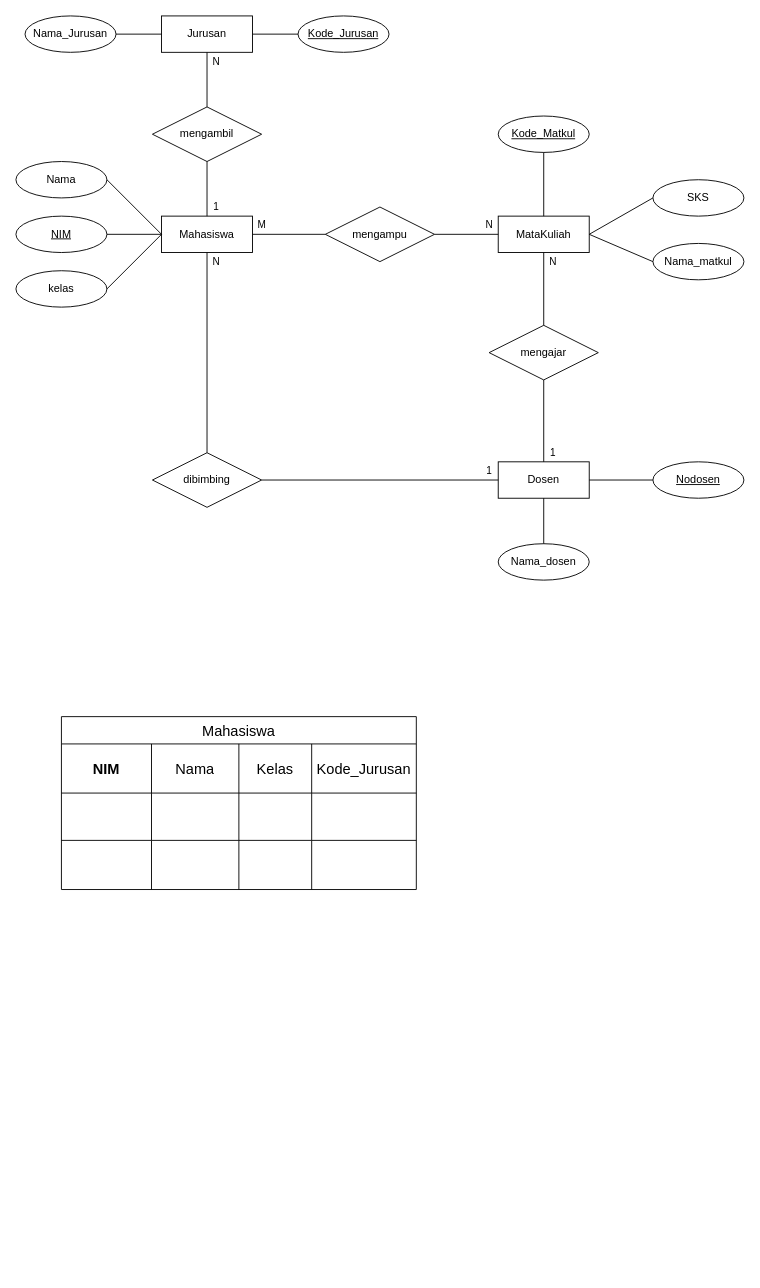
Above: tugas 3.drawio in zzarr/SC (draw.io), before the change. Source tidied: cells renumbered, new cells numbered last; positions are measured from the earlier drawing's top-left corner, leaving out a move shared by most shapes. Both pictures are drawn from the tidied source at 91%, with x=0, y=0 at pixel (15, 15).
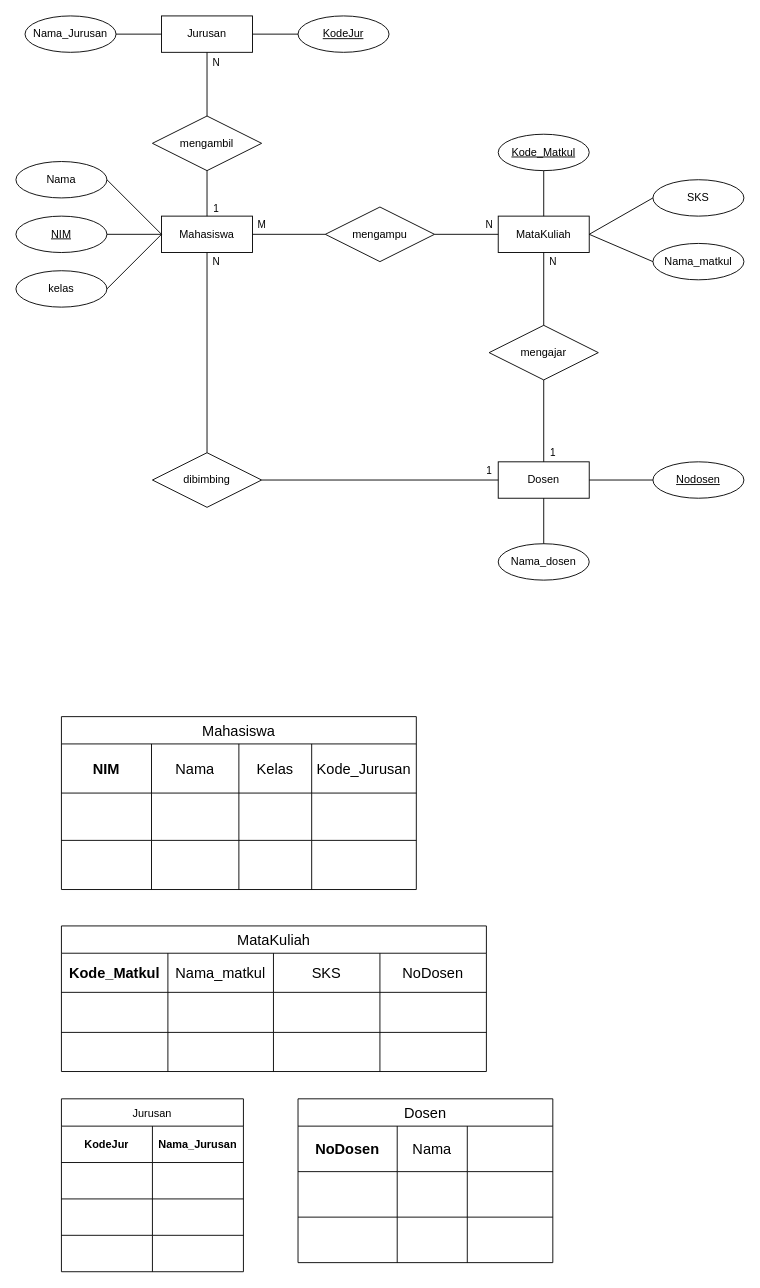
Above is the later version.

The edit, as a diff of the source:
```diff
@@
-    <mxCell id="5" value="Kode_Jurusan" style="ellipse;whiteSpace=wrap;html=1;align=center;fontStyle=4;" parent="1" vertex="1">
+    <mxCell id="5" value="KodeJur" style="ellipse;whiteSpace=wrap;html=1;align=center;fontStyle=4;" parent="1" vertex="1">
       <mxGeometry x="310" width="100" height="40" as="geometry" />
     </mxCell>
@@
     <mxCell id="10" value="mengambil" style="shape=rhombus;perimeter=rhombusPerimeter;whiteSpace=wrap;html=1;align=center;" parent="1" vertex="1">
-      <mxGeometry x="150" y="100" width="120" height="60" as="geometry" />
+      <mxGeometry x="150" y="110" width="120" height="60" as="geometry" />
     </mxCell>
     <mxCell id="11" value="Kode_Matkul" style="ellipse;whiteSpace=wrap;html=1;align=center;fontStyle=4;" parent="1" vertex="1">
-      <mxGeometry x="530" y="110" width="100" height="40" as="geometry" />
+      <mxGeometry x="530" y="130" width="100" height="40" as="geometry" />
     </mxCell>
@@
+    <mxCell id="52" value="MataKuliah" style="shape=table;startSize=30;childLayout=tableLayout;strokeColor=default;fontSize=16;" parent="1" vertex="1">
+      <mxGeometry x="50" y="1000" width="467" height="160" as="geometry" />
+    </mxCell>
+    <mxCell id="53" style="shape=tableRow;horizontal=0;startSize=0;swimlaneHead=0;swimlaneBody=0;strokeColor=inherit;top=0;left=0;bottom=0;right=0;fillColor=none;fontSize=16;" parent="52" vertex="1">
+      <mxGeometry y="30" width="467" height="43" as="geometry" />
+    </mxCell>
+    <mxCell id="54" value="&lt;b&gt;Kode_Matkul&lt;/b&gt;" style="shape=partialRectangle;html=1;whiteSpace=wrap;strokeColor=inherit;overflow=hidden;fillColor=none;top=0;left=0;bottom=0;right=0;fontSize=16;" parent="53" vertex="1">
+      <mxGeometry width="117" height="43" as="geometry" />
+    </mxCell>
+    <mxCell id="55" value="Nama_matkul" style="shape=partialRectangle;html=1;whiteSpace=wrap;strokeColor=inherit;overflow=hidden;fillColor=none;top=0;left=0;bottom=0;right=0;fontSize=16;" parent="53" vertex="1">
+      <mxGeometry x="117" width="116" height="43" as="geometry" />
+    </mxCell>
+    <mxCell id="56" value="SKS" style="shape=partialRectangle;html=1;whiteSpace=wrap;strokeColor=inherit;overflow=hidden;fillColor=none;top=0;left=0;bottom=0;right=0;fontSize=16;" parent="53" vertex="1">
+      <mxGeometry x="233" width="117" height="43" as="geometry" />
+    </mxCell>
+    <mxCell id="57" value="NoDosen" style="shape=partialRectangle;html=1;whiteSpace=wrap;strokeColor=inherit;overflow=hidden;fillColor=none;top=0;left=0;bottom=0;right=0;fontSize=16;" parent="53" vertex="1">
+      <mxGeometry x="350" width="117" height="43" as="geometry" />
+    </mxCell>
+    <mxCell id="58" style="shape=tableRow;horizontal=0;startSize=0;swimlaneHead=0;swimlaneBody=0;strokeColor=inherit;top=0;left=0;bottom=0;right=0;fillColor=none;fontSize=16;" parent="52" vertex="1">
+      <mxGeometry y="73" width="467" height="44" as="geometry" />
+    </mxCell>
+    <mxCell id="59" style="shape=partialRectangle;html=1;whiteSpace=wrap;strokeColor=inherit;overflow=hidden;fillColor=none;top=0;left=0;bottom=0;right=0;fontSize=16;" parent="58" vertex="1">
+      <mxGeometry width="117" height="44" as="geometry" />
+    </mxCell>
+    <mxCell id="60" style="shape=partialRectangle;html=1;whiteSpace=wrap;strokeColor=inherit;overflow=hidden;fillColor=none;top=0;left=0;bottom=0;right=0;fontSize=16;" parent="58" vertex="1">
+      <mxGeometry x="117" width="116" height="44" as="geometry" />
+    </mxCell>
+    <mxCell id="61" style="shape=partialRectangle;html=1;whiteSpace=wrap;strokeColor=inherit;overflow=hidden;fillColor=none;top=0;left=0;bottom=0;right=0;fontSize=16;" parent="58" vertex="1">
+      <mxGeometry x="233" width="117" height="44" as="geometry" />
+    </mxCell>
+    <mxCell id="62" style="shape=partialRectangle;html=1;whiteSpace=wrap;strokeColor=inherit;overflow=hidden;fillColor=none;top=0;left=0;bottom=0;right=0;fontSize=16;" parent="58" vertex="1">
+      <mxGeometry x="350" width="117" height="44" as="geometry" />
+    </mxCell>
+    <mxCell id="63" style="shape=tableRow;horizontal=0;startSize=0;swimlaneHead=0;swimlaneBody=0;strokeColor=inherit;top=0;left=0;bottom=0;right=0;fillColor=none;fontSize=16;" parent="52" vertex="1">
+      <mxGeometry y="117" width="467" height="43" as="geometry" />
+    </mxCell>
+    <mxCell id="64" style="shape=partialRectangle;html=1;whiteSpace=wrap;strokeColor=inherit;overflow=hidden;fillColor=none;top=0;left=0;bottom=0;right=0;fontSize=16;" parent="63" vertex="1">
+      <mxGeometry width="117" height="43" as="geometry" />
+    </mxCell>
+    <mxCell id="65" style="shape=partialRectangle;html=1;whiteSpace=wrap;strokeColor=inherit;overflow=hidden;fillColor=none;top=0;left=0;bottom=0;right=0;fontSize=16;" parent="63" vertex="1">
+      <mxGeometry x="117" width="116" height="43" as="geometry" />
+    </mxCell>
+    <mxCell id="66" style="shape=partialRectangle;html=1;whiteSpace=wrap;strokeColor=inherit;overflow=hidden;fillColor=none;top=0;left=0;bottom=0;right=0;fontSize=16;" parent="63" vertex="1">
+      <mxGeometry x="233" width="117" height="43" as="geometry" />
+    </mxCell>
+    <mxCell id="67" style="shape=partialRectangle;html=1;whiteSpace=wrap;strokeColor=inherit;overflow=hidden;fillColor=none;top=0;left=0;bottom=0;right=0;fontSize=16;" parent="63" vertex="1">
+      <mxGeometry x="350" width="117" height="43" as="geometry" />
+    </mxCell>
+    <mxCell id="68" value="Jurusan" style="shape=table;startSize=30;childLayout=tableLayout;" parent="1" vertex="1">
+      <mxGeometry x="50" y="1190" width="200" height="190" as="geometry" />
+    </mxCell>
+    <mxCell id="69" style="shape=tableRow;horizontal=0;startSize=0;swimlaneHead=0;swimlaneBody=0;strokeColor=inherit;top=0;left=0;bottom=0;right=0;fillColor=none;" parent="68" vertex="1">
+      <mxGeometry y="30" width="200" height="40" as="geometry" />
+    </mxCell>
+    <mxCell id="70" value="&lt;b&gt;KodeJur&lt;/b&gt;" style="shape=partialRectangle;html=1;whiteSpace=wrap;strokeColor=inherit;overflow=hidden;fillColor=none;top=0;left=0;bottom=0;right=0;" parent="69" vertex="1">
+      <mxGeometry width="100" height="40" as="geometry" />
+    </mxCell>
+    <mxCell id="71" value="&lt;b&gt;Nama_Jurusan&lt;/b&gt;" style="shape=partialRectangle;html=1;whiteSpace=wrap;strokeColor=inherit;overflow=hidden;fillColor=none;top=0;left=0;bottom=0;right=0;" parent="69" vertex="1">
+      <mxGeometry x="100" width="100" height="40" as="geometry" />
+    </mxCell>
+    <mxCell id="72" style="shape=tableRow;horizontal=0;startSize=0;swimlaneHead=0;swimlaneBody=0;strokeColor=inherit;top=0;left=0;bottom=0;right=0;fillColor=none;" parent="68" vertex="1">
+      <mxGeometry y="70" width="200" height="40" as="geometry" />
+    </mxCell>
+    <mxCell id="73" style="shape=partialRectangle;html=1;whiteSpace=wrap;strokeColor=inherit;overflow=hidden;fillColor=none;top=0;left=0;bottom=0;right=0;" parent="72" vertex="1">
+      <mxGeometry width="100" height="40" as="geometry" />
+    </mxCell>
+    <mxCell id="74" style="shape=partialRectangle;html=1;whiteSpace=wrap;strokeColor=inherit;overflow=hidden;fillColor=none;top=0;left=0;bottom=0;right=0;" parent="72" vertex="1">
+      <mxGeometry x="100" width="100" height="40" as="geometry" />
+    </mxCell>
+    <mxCell id="75" style="shape=tableRow;horizontal=0;startSize=0;swimlaneHead=0;swimlaneBody=0;strokeColor=inherit;top=0;left=0;bottom=0;right=0;fillColor=none;" parent="68" vertex="1">
+      <mxGeometry y="110" width="200" height="40" as="geometry" />
+    </mxCell>
+    <mxCell id="76" style="shape=partialRectangle;html=1;whiteSpace=wrap;strokeColor=inherit;overflow=hidden;fillColor=none;top=0;left=0;bottom=0;right=0;" parent="75" vertex="1">
+      <mxGeometry width="100" height="40" as="geometry" />
+    </mxCell>
+    <mxCell id="77" style="shape=partialRectangle;html=1;whiteSpace=wrap;strokeColor=inherit;overflow=hidden;fillColor=none;top=0;left=0;bottom=0;right=0;" parent="75" vertex="1">
+      <mxGeometry x="100" width="100" height="40" as="geometry" />
+    </mxCell>
+    <mxCell id="78" style="shape=tableRow;horizontal=0;startSize=0;swimlaneHead=0;swimlaneBody=0;strokeColor=inherit;top=0;left=0;bottom=0;right=0;fillColor=none;" parent="68" vertex="1">
+      <mxGeometry y="150" width="200" height="40" as="geometry" />
+    </mxCell>
+    <mxCell id="79" style="shape=partialRectangle;html=1;whiteSpace=wrap;strokeColor=inherit;overflow=hidden;fillColor=none;top=0;left=0;bottom=0;right=0;" parent="78" vertex="1">
+      <mxGeometry width="100" height="40" as="geometry" />
+    </mxCell>
+    <mxCell id="80" style="shape=partialRectangle;html=1;whiteSpace=wrap;strokeColor=inherit;overflow=hidden;fillColor=none;top=0;left=0;bottom=0;right=0;" parent="78" vertex="1">
+      <mxGeometry x="100" width="100" height="40" as="geometry" />
+    </mxCell>
+    <mxCell id="81" value="Dosen" style="shape=table;startSize=30;childLayout=tableLayout;strokeColor=default;fontSize=16;" parent="1" vertex="1">
+      <mxGeometry x="310" y="1190" width="280" height="180" as="geometry" />
+    </mxCell>
+    <mxCell id="82" style="shape=tableRow;horizontal=0;startSize=0;swimlaneHead=0;swimlaneBody=0;strokeColor=inherit;top=0;left=0;bottom=0;right=0;fillColor=none;fontSize=16;" parent="81" vertex="1">
+      <mxGeometry y="30" width="280" height="50" as="geometry" />
+    </mxCell>
+    <mxCell id="83" value="&lt;b&gt;NoDosen&lt;/b&gt;" style="shape=partialRectangle;html=1;whiteSpace=wrap;strokeColor=inherit;overflow=hidden;fillColor=none;top=0;left=0;bottom=0;right=0;fontSize=16;" parent="82" vertex="1">
+      <mxGeometry width="109" height="50" as="geometry" />
+    </mxCell>
+    <mxCell id="84" value="Nama" style="shape=partialRectangle;html=1;whiteSpace=wrap;strokeColor=inherit;overflow=hidden;fillColor=none;top=0;left=0;bottom=0;right=0;fontSize=16;" parent="82" vertex="1">
+      <mxGeometry x="109" width="77" height="50" as="geometry" />
+    </mxCell>
+    <mxCell id="85" style="shape=partialRectangle;html=1;whiteSpace=wrap;strokeColor=inherit;overflow=hidden;fillColor=none;top=0;left=0;bottom=0;right=0;fontSize=16;" parent="82" vertex="1">
+      <mxGeometry x="186" width="94" height="50" as="geometry" />
+    </mxCell>
+    <mxCell id="86" style="shape=tableRow;horizontal=0;startSize=0;swimlaneHead=0;swimlaneBody=0;strokeColor=inherit;top=0;left=0;bottom=0;right=0;fillColor=none;fontSize=16;" parent="81" vertex="1">
+      <mxGeometry y="80" width="280" height="50" as="geometry" />
+    </mxCell>
+    <mxCell id="87" style="shape=partialRectangle;html=1;whiteSpace=wrap;strokeColor=inherit;overflow=hidden;fillColor=none;top=0;left=0;bottom=0;right=0;fontSize=16;" parent="86" vertex="1">
+      <mxGeometry width="109" height="50" as="geometry" />
+    </mxCell>
+    <mxCell id="88" style="shape=partialRectangle;html=1;whiteSpace=wrap;strokeColor=inherit;overflow=hidden;fillColor=none;top=0;left=0;bottom=0;right=0;fontSize=16;" parent="86" vertex="1">
+      <mxGeometry x="109" width="77" height="50" as="geometry" />
+    </mxCell>
+    <mxCell id="89" style="shape=partialRectangle;html=1;whiteSpace=wrap;strokeColor=inherit;overflow=hidden;fillColor=none;top=0;left=0;bottom=0;right=0;fontSize=16;" parent="86" vertex="1">
+      <mxGeometry x="186" width="94" height="50" as="geometry" />
+    </mxCell>
+    <mxCell id="90" style="shape=tableRow;horizontal=0;startSize=0;swimlaneHead=0;swimlaneBody=0;strokeColor=inherit;top=0;left=0;bottom=0;right=0;fillColor=none;fontSize=16;" parent="81" vertex="1">
+      <mxGeometry y="130" width="280" height="50" as="geometry" />
+    </mxCell>
+    <mxCell id="91" style="shape=partialRectangle;html=1;whiteSpace=wrap;strokeColor=inherit;overflow=hidden;fillColor=none;top=0;left=0;bottom=0;right=0;fontSize=16;" parent="90" vertex="1">
+      <mxGeometry width="109" height="50" as="geometry" />
+    </mxCell>
+    <mxCell id="92" style="shape=partialRectangle;html=1;whiteSpace=wrap;strokeColor=inherit;overflow=hidden;fillColor=none;top=0;left=0;bottom=0;right=0;fontSize=16;" parent="90" vertex="1">
+      <mxGeometry x="109" width="77" height="50" as="geometry" />
+    </mxCell>
+    <mxCell id="93" style="shape=partialRectangle;html=1;whiteSpace=wrap;strokeColor=inherit;overflow=hidden;fillColor=none;top=0;left=0;bottom=0;right=0;fontSize=16;" parent="90" vertex="1">
+      <mxGeometry x="186" width="94" height="50" as="geometry" />
+    </mxCell>
```
